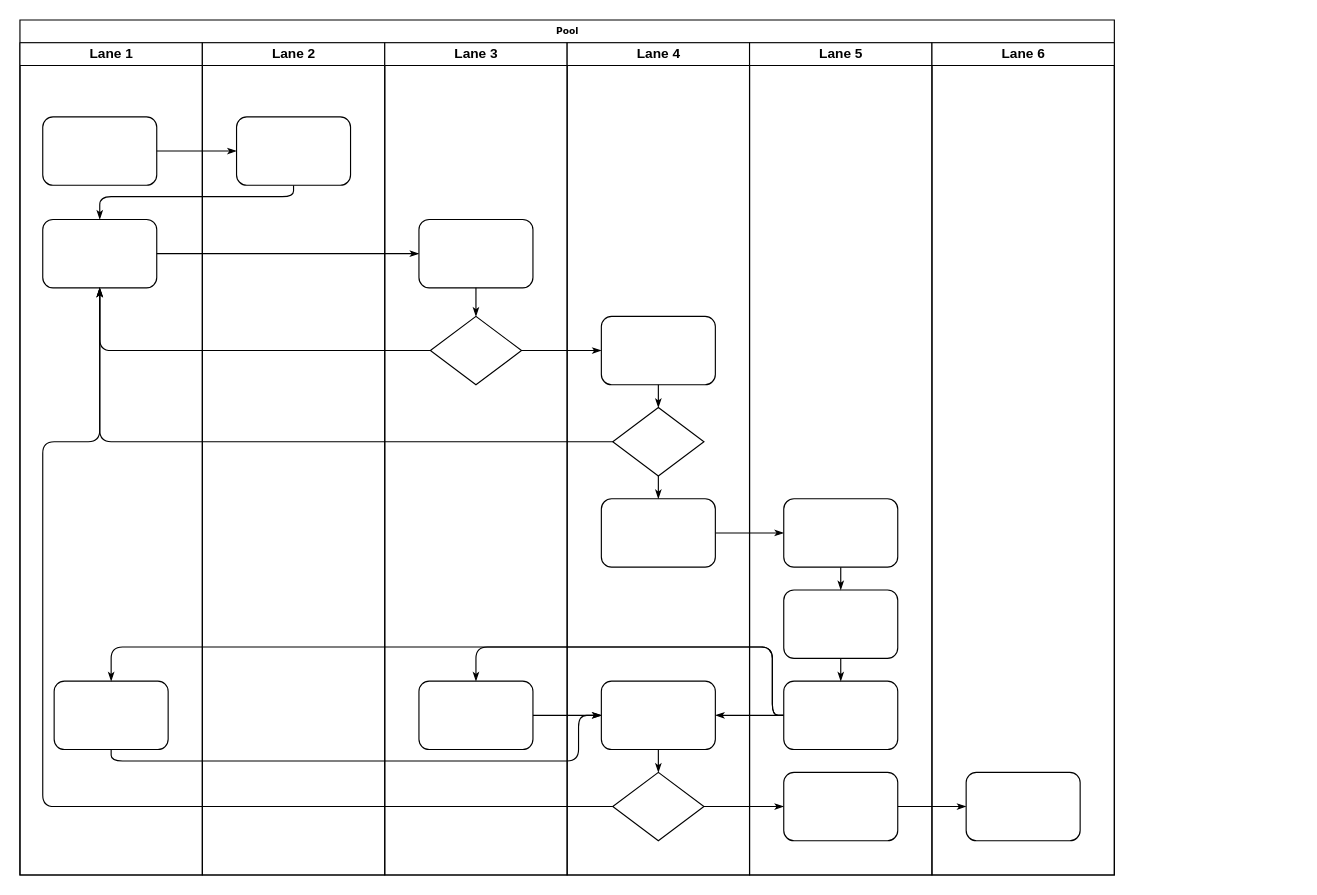
Before: 未命名绘图.drawio in Merrizee/myblog, a draw.io diagram. Source tidied: cells renumbered, new cells numbered last; positions are measured from the earlier drawing's top-left corner, leaving out a move shared by most shapes. Both pictures are drawn from the tidied source at 114%, with x=0, y=0 at pixel (19, 19).
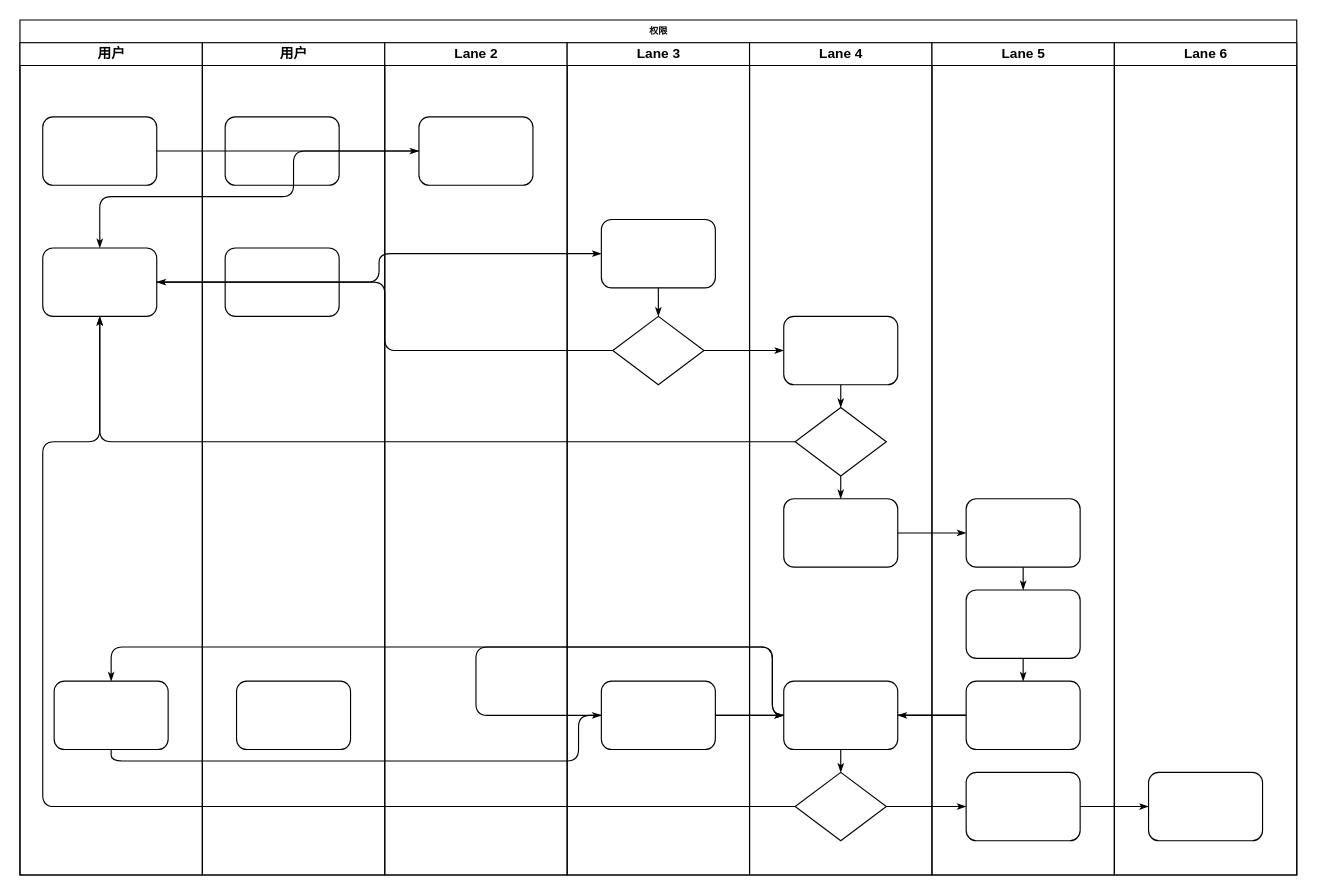
The same diagram, later.

Commit message:
更新未命名绘图.drawio

What changed in the source:
```diff
@@
-    <mxCell id="2" value="Pool" style="swimlane;html=1;startSize=20;rounded=0;shadow=0;labelBackgroundColor=none;strokeWidth=1;fontFamily=Verdana;fontSize=8;align=center;" parent="1" vertex="1">
-      <mxGeometry width="960" height="750" as="geometry" />
+    <mxCell id="2" value="权限" style="swimlane;html=1;startSize=20;rounded=0;shadow=0;labelBackgroundColor=none;strokeWidth=1;fontFamily=Verdana;fontSize=8;align=center;" parent="1" vertex="1">
+      <mxGeometry width="1120" height="750" as="geometry" />
     </mxCell>
-    <mxCell id="3" value="Lane 1" style="swimlane;html=1;startSize=20;" parent="2" vertex="1">
+    <mxCell id="3" value="用户" style="swimlane;html=1;startSize=20;" parent="2" vertex="1">
       <mxGeometry y="20" width="160" height="730" as="geometry" />
     </mxCell>
@@
     <mxCell id="5" style="rounded=1;whiteSpace=wrap;html=1;shadow=0;labelBackgroundColor=none;strokeWidth=1;fontFamily=Verdana;fontSize=8;align=center;" parent="3" vertex="1">
-      <mxGeometry x="20" y="155" width="100" height="60" as="geometry" />
+      <mxGeometry x="20" y="180" width="100" height="60" as="geometry" />
     </mxCell>
@@
+    <mxCell id="47" value="用户" style="swimlane;html=1;startSize=20;" parent="2" vertex="1">
+      <mxGeometry x="160" y="20" width="160" height="730" as="geometry" />
+    </mxCell>
+    <mxCell id="48" style="rounded=1;whiteSpace=wrap;html=1;shadow=0;labelBackgroundColor=none;strokeWidth=1;fontFamily=Verdana;fontSize=8;align=center;" parent="47" vertex="1">
+      <mxGeometry x="20" y="65" width="100" height="60" as="geometry" />
+    </mxCell>
+    <mxCell id="49" style="rounded=1;whiteSpace=wrap;html=1;shadow=0;labelBackgroundColor=none;strokeWidth=1;fontFamily=Verdana;fontSize=8;align=center;" parent="47" vertex="1">
+      <mxGeometry x="20" y="180" width="100" height="60" as="geometry" />
+    </mxCell>
+    <mxCell id="50" style="rounded=1;whiteSpace=wrap;html=1;shadow=0;labelBackgroundColor=none;strokeWidth=1;fontFamily=Verdana;fontSize=8;align=center;" parent="47" vertex="1">
+      <mxGeometry x="30" y="560" width="100" height="60" as="geometry" />
+    </mxCell>
@@
     <mxCell id="22" value="Lane 2" style="swimlane;html=1;startSize=20;" parent="2" vertex="1">
-      <mxGeometry x="160" y="20" width="160" height="730" as="geometry" />
+      <mxGeometry x="320" y="20" width="160" height="730" as="geometry" />
     </mxCell>
@@
     <mxCell id="24" value="Lane 3" style="swimlane;html=1;startSize=20;" parent="2" vertex="1">
-      <mxGeometry x="320" y="20" width="160" height="730" as="geometry" />
+      <mxGeometry x="480" y="20" width="160" height="730" as="geometry" />
     </mxCell>
@@
     <mxCell id="29" value="Lane 4" style="swimlane;html=1;startSize=20;" parent="2" vertex="1">
-      <mxGeometry x="480" y="20" width="160" height="730" as="geometry" />
+      <mxGeometry x="640" y="20" width="160" height="730" as="geometry" />
     </mxCell>
@@
     <mxCell id="38" value="Lane 5" style="swimlane;html=1;startSize=20;" parent="2" vertex="1">
-      <mxGeometry x="640" y="20" width="160" height="730" as="geometry" />
+      <mxGeometry x="800" y="20" width="160" height="730" as="geometry" />
     </mxCell>
@@
     <mxCell id="45" value="Lane 6" style="swimlane;html=1;startSize=20;" parent="2" vertex="1">
-      <mxGeometry x="800" y="20" width="160" height="730" as="geometry" />
+      <mxGeometry x="960" y="20" width="160" height="730" as="geometry" />
     </mxCell>
```
